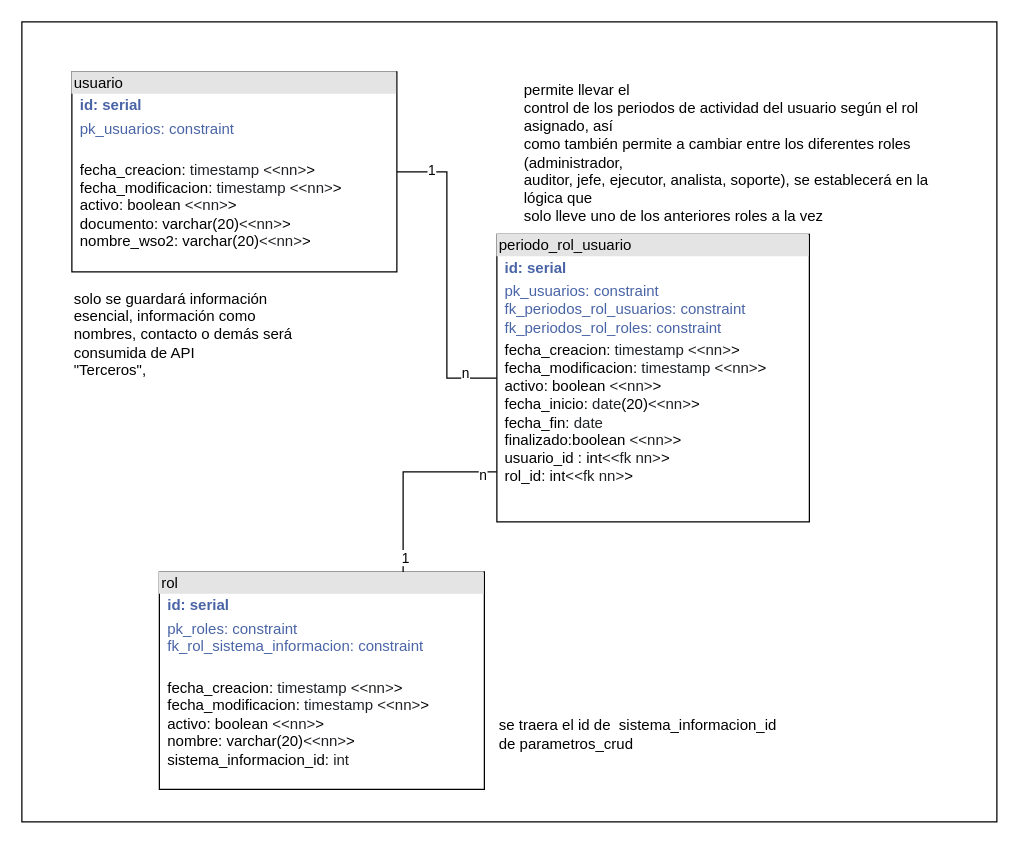
Earlier version of the draw.io diagram docs/usuarios y roles V6.1.drawio (udistrital/historico_usuarios_roles_crud). Source tidied: cells renumbered, new cells numbered last; positions are measured from the earlier drawing's top-left corner, leaving out a move shared by most shapes. Both pictures are drawn from the tidied source at 125%, with x=0, y=0 at pixel (21, 21).
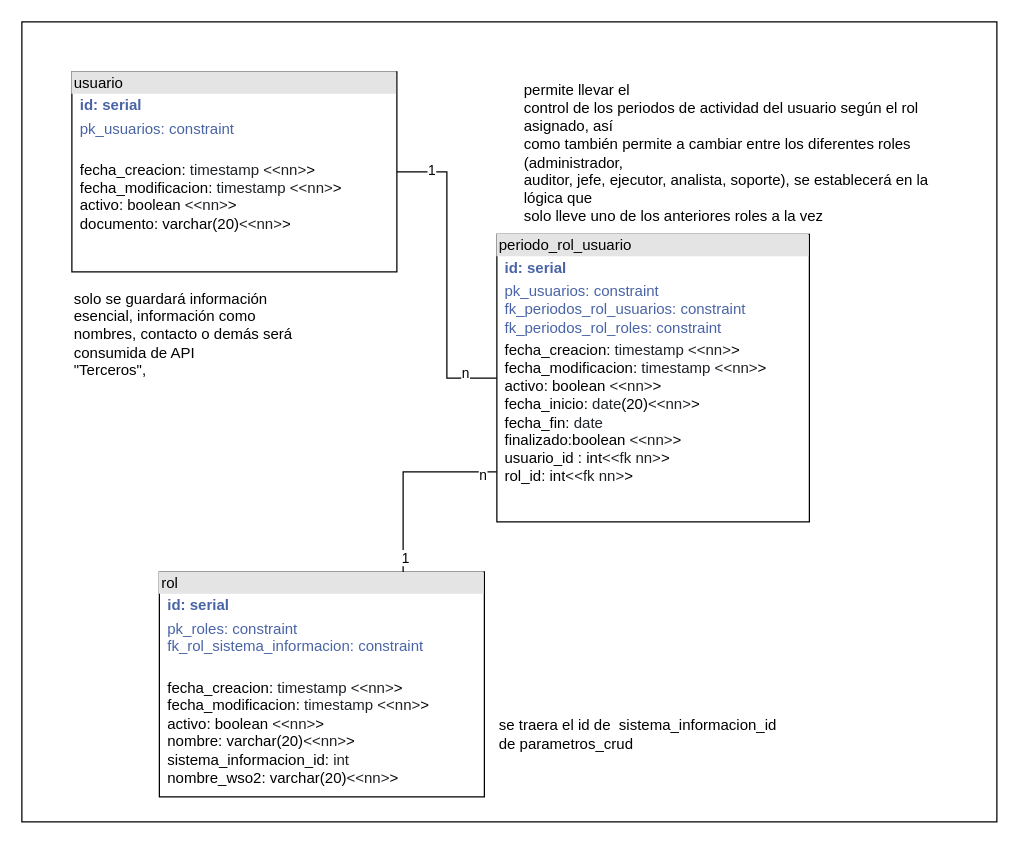
The same diagram, later.

Commit message (it also covers changes not shown here):
fix: se ajusta ubicacion de campo nombre_wso2 udistrital/sisifo_documentacion#330

Change to the diagram source:
```diff
@@
-    <mxCell id="6" value="&lt;div style=&quot;box-sizing:border-box;width:100%;background:#e4e4e4;padding:2px;&quot;&gt;usuario&lt;/div&gt;&lt;table style=&quot;width:100%;font-size:1em;&quot; cellpadding=&quot;2&quot; cellspacing=&quot;0&quot;&gt;&lt;tbody&gt;&lt;tr&gt;&lt;td&gt;&lt;br&gt;&lt;/td&gt;&lt;td&gt;&lt;b&gt;&lt;font color=&quot;#4964a6&quot;&gt;id: serial&lt;br&gt;&lt;/font&gt;&lt;/b&gt;&lt;/td&gt;&lt;/tr&gt;&lt;tr&gt;&lt;td&gt;&lt;br&gt;&lt;/td&gt;&lt;td&gt;&lt;font color=&quot;#4964a6&quot;&gt;pk_usuarios: constraint&lt;br&gt;&lt;/font&gt;&lt;br&gt;&lt;/td&gt;&lt;/tr&gt;&lt;tr&gt;&lt;td&gt;&lt;/td&gt;&lt;td&gt;fecha_creacion:&amp;nbsp;&lt;span style=&quot;box-sizing: border-box; color: rgb(31, 35, 40); background-color: rgb(255, 255, 255);&quot;&gt;timestamp&amp;nbsp;&lt;/span&gt;&lt;span style=&quot;color: rgb(32, 33, 36); font-family: &amp;quot;Google Sans&amp;quot;, arial, sans-serif; background-color: rgb(255, 255, 255);&quot;&gt;&amp;lt;&lt;/span&gt;&lt;span style=&quot;color: rgb(32, 33, 36); font-family: &amp;quot;Google Sans&amp;quot;, arial, sans-serif; background-color: rgb(255, 255, 255);&quot;&gt;&amp;lt;nn&lt;/span&gt;&lt;span style=&quot;color: rgb(32, 33, 36); font-family: &amp;quot;Google Sans&amp;quot;, arial, sans-serif; background-color: rgb(255, 255, 255);&quot;&gt;&amp;gt;&lt;/span&gt;&amp;gt;&lt;br&gt;fecha_modificacion:&amp;nbsp;&lt;span style=&quot;color: rgb(31, 35, 40); background-color: rgb(255, 255, 255);&quot;&gt;timestamp&amp;nbsp;&lt;/span&gt;&lt;span style=&quot;color: rgb(32, 33, 36); font-family: &amp;quot;Google Sans&amp;quot;, arial, sans-serif; background-color: rgb(255, 255, 255);&quot;&gt;&amp;lt;&lt;/span&gt;&lt;span style=&quot;color: rgb(32, 33, 36); font-family: &amp;quot;Google Sans&amp;quot;, arial, sans-serif; background-color: rgb(255, 255, 255);&quot;&gt;&amp;lt;nn&lt;/span&gt;&lt;span style=&quot;color: rgb(32, 33, 36); font-family: &amp;quot;Google Sans&amp;quot;, arial, sans-serif; background-color: rgb(255, 255, 255);&quot;&gt;&amp;gt;&lt;/span&gt;&amp;gt;&lt;br&gt;activo: boolean&amp;nbsp;&lt;span style=&quot;color: rgb(32, 33, 36); font-family: &amp;quot;Google Sans&amp;quot;, arial, sans-serif; background-color: rgb(255, 255, 255);&quot;&gt;&amp;lt;&lt;/span&gt;&lt;span style=&quot;color: rgb(32, 33, 36); font-family: &amp;quot;Google Sans&amp;quot;, arial, sans-serif; background-color: rgb(255, 255, 255);&quot;&gt;&amp;lt;nn&lt;/span&gt;&lt;span style=&quot;color: rgb(32, 33, 36); font-family: &amp;quot;Google Sans&amp;quot;, arial, sans-serif; background-color: rgb(255, 255, 255);&quot;&gt;&amp;gt;&lt;/span&gt;&amp;gt;&lt;br&gt;documento: varchar(20)&lt;span style=&quot;color: rgb(32, 33, 36); font-family: &amp;quot;Google Sans&amp;quot;, arial, sans-serif; background-color: rgb(255, 255, 255);&quot;&gt;&amp;lt;&lt;/span&gt;&lt;span style=&quot;color: rgb(32, 33, 36); font-family: &amp;quot;Google Sans&amp;quot;, arial, sans-serif; background-color: rgb(255, 255, 255);&quot;&gt;&amp;lt;nn&lt;/span&gt;&lt;span style=&quot;color: rgb(32, 33, 36); font-family: &amp;quot;Google Sans&amp;quot;, arial, sans-serif; background-color: rgb(255, 255, 255);&quot;&gt;&amp;gt;&lt;/span&gt;&amp;gt;&lt;br&gt;nombre_wso2: varchar(20)&lt;span style=&quot;color: rgb(32, 33, 36); font-family: &amp;quot;Google Sans&amp;quot;, arial, sans-serif; background-color: rgb(255, 255, 255);&quot;&gt;&amp;lt;&lt;/span&gt;&lt;span style=&quot;color: rgb(32, 33, 36); font-family: &amp;quot;Google Sans&amp;quot;, arial, sans-serif; background-color: rgb(255, 255, 255);&quot;&gt;&amp;lt;nn&lt;/span&gt;&lt;span style=&quot;color: rgb(32, 33, 36); font-family: &amp;quot;Google Sans&amp;quot;, arial, sans-serif; background-color: rgb(255, 255, 255);&quot;&gt;&amp;gt;&lt;/span&gt;&amp;gt;&lt;br&gt;&lt;br&gt;&lt;br&gt;&lt;br&gt;&lt;/td&gt;&lt;/tr&gt;&lt;/tbody&gt;&lt;/table&gt;" style="verticalAlign=top;align=left;overflow=fill;html=1;whiteSpace=wrap;" parent="1" vertex="1">
+    <mxCell id="6" value="&lt;div style=&quot;box-sizing:border-box;width:100%;background:#e4e4e4;padding:2px;&quot;&gt;usuario&lt;/div&gt;&lt;table style=&quot;width:100%;font-size:1em;&quot; cellpadding=&quot;2&quot; cellspacing=&quot;0&quot;&gt;&lt;tbody&gt;&lt;tr&gt;&lt;td&gt;&lt;br&gt;&lt;/td&gt;&lt;td&gt;&lt;b&gt;&lt;font color=&quot;#4964a6&quot;&gt;id: serial&lt;br&gt;&lt;/font&gt;&lt;/b&gt;&lt;/td&gt;&lt;/tr&gt;&lt;tr&gt;&lt;td&gt;&lt;br&gt;&lt;/td&gt;&lt;td&gt;&lt;font color=&quot;#4964a6&quot;&gt;pk_usuarios: constraint&lt;br&gt;&lt;/font&gt;&lt;br&gt;&lt;/td&gt;&lt;/tr&gt;&lt;tr&gt;&lt;td&gt;&lt;/td&gt;&lt;td&gt;fecha_creacion:&amp;nbsp;&lt;span style=&quot;box-sizing: border-box; color: rgb(31, 35, 40); background-color: rgb(255, 255, 255);&quot;&gt;timestamp&amp;nbsp;&lt;/span&gt;&lt;span style=&quot;color: rgb(32, 33, 36); font-family: &amp;quot;Google Sans&amp;quot;, arial, sans-serif; background-color: rgb(255, 255, 255);&quot;&gt;&amp;lt;&lt;/span&gt;&lt;span style=&quot;color: rgb(32, 33, 36); font-family: &amp;quot;Google Sans&amp;quot;, arial, sans-serif; background-color: rgb(255, 255, 255);&quot;&gt;&amp;lt;nn&lt;/span&gt;&lt;span style=&quot;color: rgb(32, 33, 36); font-family: &amp;quot;Google Sans&amp;quot;, arial, sans-serif; background-color: rgb(255, 255, 255);&quot;&gt;&amp;gt;&lt;/span&gt;&amp;gt;&lt;br&gt;fecha_modificacion:&amp;nbsp;&lt;span style=&quot;color: rgb(31, 35, 40); background-color: rgb(255, 255, 255);&quot;&gt;timestamp&amp;nbsp;&lt;/span&gt;&lt;span style=&quot;color: rgb(32, 33, 36); font-family: &amp;quot;Google Sans&amp;quot;, arial, sans-serif; background-color: rgb(255, 255, 255);&quot;&gt;&amp;lt;&lt;/span&gt;&lt;span style=&quot;color: rgb(32, 33, 36); font-family: &amp;quot;Google Sans&amp;quot;, arial, sans-serif; background-color: rgb(255, 255, 255);&quot;&gt;&amp;lt;nn&lt;/span&gt;&lt;span style=&quot;color: rgb(32, 33, 36); font-family: &amp;quot;Google Sans&amp;quot;, arial, sans-serif; background-color: rgb(255, 255, 255);&quot;&gt;&amp;gt;&lt;/span&gt;&amp;gt;&lt;br&gt;activo: boolean&amp;nbsp;&lt;span style=&quot;color: rgb(32, 33, 36); font-family: &amp;quot;Google Sans&amp;quot;, arial, sans-serif; background-color: rgb(255, 255, 255);&quot;&gt;&amp;lt;&lt;/span&gt;&lt;span style=&quot;color: rgb(32, 33, 36); font-family: &amp;quot;Google Sans&amp;quot;, arial, sans-serif; background-color: rgb(255, 255, 255);&quot;&gt;&amp;lt;nn&lt;/span&gt;&lt;span style=&quot;color: rgb(32, 33, 36); font-family: &amp;quot;Google Sans&amp;quot;, arial, sans-serif; background-color: rgb(255, 255, 255);&quot;&gt;&amp;gt;&lt;/span&gt;&amp;gt;&lt;br&gt;documento: varchar(20)&lt;span style=&quot;color: rgb(32, 33, 36); font-family: &amp;quot;Google Sans&amp;quot;, arial, sans-serif; background-color: rgb(255, 255, 255);&quot;&gt;&amp;lt;&lt;/span&gt;&lt;span style=&quot;color: rgb(32, 33, 36); font-family: &amp;quot;Google Sans&amp;quot;, arial, sans-serif; background-color: rgb(255, 255, 255);&quot;&gt;&amp;lt;nn&lt;/span&gt;&lt;span style=&quot;color: rgb(32, 33, 36); font-family: &amp;quot;Google Sans&amp;quot;, arial, sans-serif; background-color: rgb(255, 255, 255);&quot;&gt;&amp;gt;&lt;/span&gt;&amp;gt;&lt;br&gt;&lt;br&gt;&lt;br&gt;&lt;br&gt;&lt;/td&gt;&lt;/tr&gt;&lt;/tbody&gt;&lt;/table&gt;" style="verticalAlign=top;align=left;overflow=fill;html=1;whiteSpace=wrap;" parent="1" vertex="1">
       <mxGeometry x="40" y="40" width="260" height="160" as="geometry" />
     </mxCell>
-    <mxCell id="7" value="&lt;div style=&quot;box-sizing:border-box;width:100%;background:#e4e4e4;padding:2px;&quot;&gt;rol&lt;/div&gt;&lt;table style=&quot;width:100%;font-size:1em;&quot; cellpadding=&quot;2&quot; cellspacing=&quot;0&quot;&gt;&lt;tbody&gt;&lt;tr&gt;&lt;td&gt;&lt;br&gt;&lt;/td&gt;&lt;td&gt;&lt;b&gt;&lt;font color=&quot;#4964a6&quot;&gt;id: serial&lt;br&gt;&lt;/font&gt;&lt;/b&gt;&lt;/td&gt;&lt;/tr&gt;&lt;tr&gt;&lt;td&gt;&lt;br&gt;&lt;/td&gt;&lt;td&gt;&lt;font color=&quot;#4964a6&quot;&gt;pk_roles: constraint&lt;br&gt;fk_rol_sistema_informacion: constraint&lt;br&gt;&lt;/font&gt;&lt;br&gt;&lt;/td&gt;&lt;/tr&gt;&lt;tr&gt;&lt;td&gt;&lt;/td&gt;&lt;td&gt;fecha_creacion:&amp;nbsp;&lt;span style=&quot;box-sizing: border-box; color: rgb(31, 35, 40); background-color: rgb(255, 255, 255);&quot;&gt;timestamp&amp;nbsp;&lt;/span&gt;&lt;span style=&quot;color: rgb(32, 33, 36); font-family: &amp;quot;Google Sans&amp;quot;, arial, sans-serif; background-color: rgb(255, 255, 255);&quot;&gt;&amp;lt;&lt;/span&gt;&lt;span style=&quot;color: rgb(32, 33, 36); font-family: &amp;quot;Google Sans&amp;quot;, arial, sans-serif; background-color: rgb(255, 255, 255);&quot;&gt;&amp;lt;nn&lt;/span&gt;&lt;span style=&quot;color: rgb(32, 33, 36); font-family: &amp;quot;Google Sans&amp;quot;, arial, sans-serif; background-color: rgb(255, 255, 255);&quot;&gt;&amp;gt;&lt;/span&gt;&amp;gt;&lt;br&gt;fecha_modificacion:&amp;nbsp;&lt;span style=&quot;color: rgb(31, 35, 40); background-color: rgb(255, 255, 255);&quot;&gt;timestamp&amp;nbsp;&lt;/span&gt;&lt;span style=&quot;color: rgb(32, 33, 36); font-family: &amp;quot;Google Sans&amp;quot;, arial, sans-serif; background-color: rgb(255, 255, 255);&quot;&gt;&amp;lt;&lt;/span&gt;&lt;span style=&quot;color: rgb(32, 33, 36); font-family: &amp;quot;Google Sans&amp;quot;, arial, sans-serif; background-color: rgb(255, 255, 255);&quot;&gt;&amp;lt;nn&lt;/span&gt;&lt;span style=&quot;color: rgb(32, 33, 36); font-family: &amp;quot;Google Sans&amp;quot;, arial, sans-serif; background-color: rgb(255, 255, 255);&quot;&gt;&amp;gt;&lt;/span&gt;&amp;gt;&lt;br&gt;activo: boolean&amp;nbsp;&lt;span style=&quot;color: rgb(32, 33, 36); font-family: &amp;quot;Google Sans&amp;quot;, arial, sans-serif; background-color: rgb(255, 255, 255);&quot;&gt;&amp;lt;&lt;/span&gt;&lt;span style=&quot;color: rgb(32, 33, 36); font-family: &amp;quot;Google Sans&amp;quot;, arial, sans-serif; background-color: rgb(255, 255, 255);&quot;&gt;&amp;lt;nn&lt;/span&gt;&lt;span style=&quot;color: rgb(32, 33, 36); font-family: &amp;quot;Google Sans&amp;quot;, arial, sans-serif; background-color: rgb(255, 255, 255);&quot;&gt;&amp;gt;&lt;/span&gt;&amp;gt;&lt;br&gt;nombre: varchar(20)&lt;span style=&quot;color: rgb(32, 33, 36); font-family: &amp;quot;Google Sans&amp;quot;, arial, sans-serif; background-color: rgb(255, 255, 255);&quot;&gt;&amp;lt;&lt;/span&gt;&lt;span style=&quot;color: rgb(32, 33, 36); font-family: &amp;quot;Google Sans&amp;quot;, arial, sans-serif; background-color: rgb(255, 255, 255);&quot;&gt;&amp;lt;nn&lt;/span&gt;&lt;span style=&quot;color: rgb(32, 33, 36); font-family: &amp;quot;Google Sans&amp;quot;, arial, sans-serif; background-color: rgb(255, 255, 255);&quot;&gt;&amp;gt;&lt;/span&gt;&amp;gt;&amp;nbsp;&lt;br&gt;sistema_informacion_id: &lt;font face=&quot;Google Sans, arial, sans-serif&quot; color=&quot;#202124&quot;&gt;&lt;span style=&quot;background-color: rgb(255, 255, 255);&quot;&gt;int&lt;/span&gt;&lt;/font&gt;&lt;br&gt;&lt;br&gt;&lt;br&gt;&lt;br&gt;&lt;br&gt;&lt;/td&gt;&lt;/tr&gt;&lt;/tbody&gt;&lt;/table&gt;" style="verticalAlign=top;align=left;overflow=fill;html=1;whiteSpace=wrap;" parent="1" vertex="1">
-      <mxGeometry x="110" y="440" width="260" height="174" as="geometry" />
+    <mxCell id="7" value="&lt;div style=&quot;box-sizing:border-box;width:100%;background:#e4e4e4;padding:2px;&quot;&gt;rol&lt;/div&gt;&lt;table style=&quot;width:100%;font-size:1em;&quot; cellpadding=&quot;2&quot; cellspacing=&quot;0&quot;&gt;&lt;tbody&gt;&lt;tr&gt;&lt;td&gt;&lt;br&gt;&lt;/td&gt;&lt;td&gt;&lt;b&gt;&lt;font color=&quot;#4964a6&quot;&gt;id: serial&lt;br&gt;&lt;/font&gt;&lt;/b&gt;&lt;/td&gt;&lt;/tr&gt;&lt;tr&gt;&lt;td&gt;&lt;br&gt;&lt;/td&gt;&lt;td&gt;&lt;font color=&quot;#4964a6&quot;&gt;pk_roles: constraint&lt;br&gt;fk_rol_sistema_informacion: constraint&lt;br&gt;&lt;/font&gt;&lt;br&gt;&lt;/td&gt;&lt;/tr&gt;&lt;tr&gt;&lt;td&gt;&lt;/td&gt;&lt;td&gt;fecha_creacion:&amp;nbsp;&lt;span style=&quot;box-sizing: border-box; color: rgb(31, 35, 40); background-color: rgb(255, 255, 255);&quot;&gt;timestamp&amp;nbsp;&lt;/span&gt;&lt;span style=&quot;color: rgb(32, 33, 36); font-family: &amp;quot;Google Sans&amp;quot;, arial, sans-serif; background-color: rgb(255, 255, 255);&quot;&gt;&amp;lt;&lt;/span&gt;&lt;span style=&quot;color: rgb(32, 33, 36); font-family: &amp;quot;Google Sans&amp;quot;, arial, sans-serif; background-color: rgb(255, 255, 255);&quot;&gt;&amp;lt;nn&lt;/span&gt;&lt;span style=&quot;color: rgb(32, 33, 36); font-family: &amp;quot;Google Sans&amp;quot;, arial, sans-serif; background-color: rgb(255, 255, 255);&quot;&gt;&amp;gt;&lt;/span&gt;&amp;gt;&lt;br&gt;fecha_modificacion:&amp;nbsp;&lt;span style=&quot;color: rgb(31, 35, 40); background-color: rgb(255, 255, 255);&quot;&gt;timestamp&amp;nbsp;&lt;/span&gt;&lt;span style=&quot;color: rgb(32, 33, 36); font-family: &amp;quot;Google Sans&amp;quot;, arial, sans-serif; background-color: rgb(255, 255, 255);&quot;&gt;&amp;lt;&lt;/span&gt;&lt;span style=&quot;color: rgb(32, 33, 36); font-family: &amp;quot;Google Sans&amp;quot;, arial, sans-serif; background-color: rgb(255, 255, 255);&quot;&gt;&amp;lt;nn&lt;/span&gt;&lt;span style=&quot;color: rgb(32, 33, 36); font-family: &amp;quot;Google Sans&amp;quot;, arial, sans-serif; background-color: rgb(255, 255, 255);&quot;&gt;&amp;gt;&lt;/span&gt;&amp;gt;&lt;br&gt;activo: boolean&amp;nbsp;&lt;span style=&quot;color: rgb(32, 33, 36); font-family: &amp;quot;Google Sans&amp;quot;, arial, sans-serif; background-color: rgb(255, 255, 255);&quot;&gt;&amp;lt;&lt;/span&gt;&lt;span style=&quot;color: rgb(32, 33, 36); font-family: &amp;quot;Google Sans&amp;quot;, arial, sans-serif; background-color: rgb(255, 255, 255);&quot;&gt;&amp;lt;nn&lt;/span&gt;&lt;span style=&quot;color: rgb(32, 33, 36); font-family: &amp;quot;Google Sans&amp;quot;, arial, sans-serif; background-color: rgb(255, 255, 255);&quot;&gt;&amp;gt;&lt;/span&gt;&amp;gt;&lt;br&gt;nombre: varchar(20)&lt;span style=&quot;color: rgb(32, 33, 36); font-family: &amp;quot;Google Sans&amp;quot;, arial, sans-serif; background-color: rgb(255, 255, 255);&quot;&gt;&amp;lt;&lt;/span&gt;&lt;span style=&quot;color: rgb(32, 33, 36); font-family: &amp;quot;Google Sans&amp;quot;, arial, sans-serif; background-color: rgb(255, 255, 255);&quot;&gt;&amp;lt;nn&lt;/span&gt;&lt;span style=&quot;color: rgb(32, 33, 36); font-family: &amp;quot;Google Sans&amp;quot;, arial, sans-serif; background-color: rgb(255, 255, 255);&quot;&gt;&amp;gt;&lt;/span&gt;&amp;gt;&amp;nbsp;&lt;br&gt;sistema_informacion_id: &lt;font face=&quot;Google Sans, arial, sans-serif&quot; color=&quot;#202124&quot;&gt;&lt;span style=&quot;background-color: rgb(255, 255, 255);&quot;&gt;int&lt;br&gt;&lt;/span&gt;&lt;/font&gt;nombre_wso2: varchar(20)&lt;span style=&quot;color: rgb(32, 33, 36); font-family: &amp;quot;Google Sans&amp;quot;, arial, sans-serif; background-color: rgb(255, 255, 255);&quot;&gt;&amp;lt;&lt;/span&gt;&lt;span style=&quot;color: rgb(32, 33, 36); font-family: &amp;quot;Google Sans&amp;quot;, arial, sans-serif; background-color: rgb(255, 255, 255);&quot;&gt;&amp;lt;nn&lt;/span&gt;&lt;span style=&quot;color: rgb(32, 33, 36); font-family: &amp;quot;Google Sans&amp;quot;, arial, sans-serif; background-color: rgb(255, 255, 255);&quot;&gt;&amp;gt;&lt;/span&gt;&amp;gt;&lt;br&gt;&lt;br&gt;&lt;br&gt;&lt;br&gt;&lt;br&gt;&lt;/td&gt;&lt;/tr&gt;&lt;/tbody&gt;&lt;/table&gt;" style="verticalAlign=top;align=left;overflow=fill;html=1;whiteSpace=wrap;" parent="1" vertex="1">
+      <mxGeometry x="110" y="440" width="260" height="180" as="geometry" />
     </mxCell>
```
